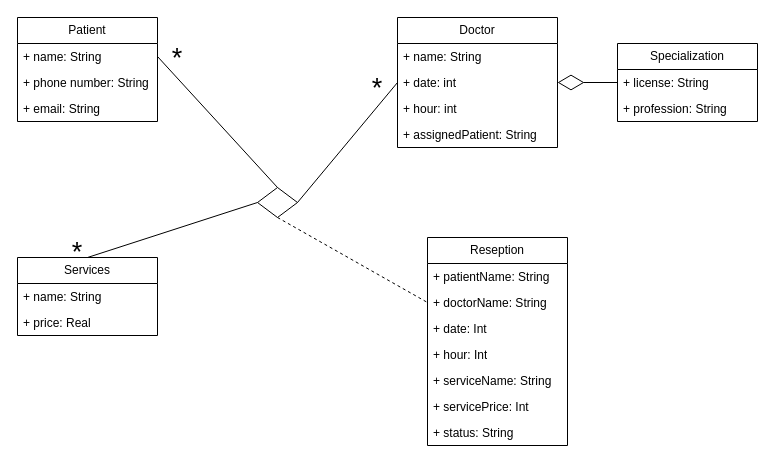
This is page "Страница — 2" (2 of 3) of 1 лаба.drawio from Encorsio23/OOAPGovorovMikhailitsinMuslimov, a draw.io file, before an edit. Source tidied: cells renumbered, new cells numbered last; positions are measured from the earlier drawing's top-left corner, leaving out a move shared by most shapes. Both pictures are drawn from the tidied source at 100%, with x=0, y=0 at pixel (17, 17).
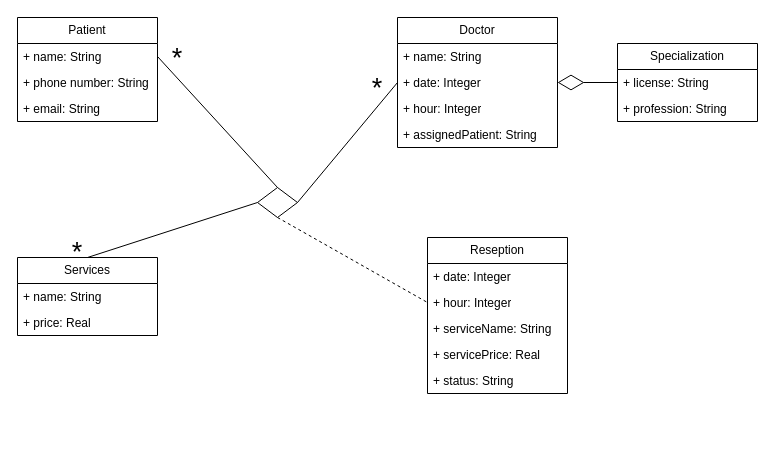
The same diagram, later.

Unchanged cells that the change refers to:
```xml
<mxCell id="14" value="Doctor" style="swimlane;fontStyle=0;horizontal=1;startSize=26;fillColor=none;whiteSpace=wrap;html=1;" parent="1" vertex="1">
  <mxGeometry x="380" width="160" height="130" as="geometry" />
</mxCell>
<mxCell id="27" style="rhombus;whiteSpace=wrap;html=1;" parent="1" vertex="1">
  <mxGeometry x="240" y="170" width="40" height="30" as="geometry" />
</mxCell>
```

The edit, as a diff of the source:
```diff
@@
     <mxCell id="2" value="Reseption" style="swimlane;fontStyle=0;horizontal=1;startSize=26;fillColor=none;whiteSpace=wrap;html=1;" parent="1" vertex="1">
-      <mxGeometry x="410" y="220" width="140" height="208" as="geometry" />
+      <mxGeometry x="410" y="220" width="140" height="156" as="geometry" />
     </mxCell>
-    <mxCell id="3" value="+ patientName: String" style="text;strokeColor=none;fillColor=none;align=left;verticalAlign=top;spacingLeft=4;spacingRight=4;overflow=hidden;whiteSpace=wrap;html=1;" parent="2" vertex="1">
-      <mxGeometry y="26" width="140" height="26" as="geometry" />
-    </mxCell>
-    <mxCell id="4" value="+ doctorName: String" style="text;strokeColor=none;fillColor=none;align=left;verticalAlign=top;spacingLeft=4;spacingRight=4;overflow=hidden;points=[[0,0.5],[1,0.5]];portConstraint=eastwest;whiteSpace=wrap;html=1;" parent="2" vertex="1">
-      <mxGeometry y="52" width="140" height="26" as="geometry" />
-    </mxCell>
-    <mxCell id="5" value="+ date: Int" style="text;strokeColor=none;fillColor=none;align=left;verticalAlign=top;spacingLeft=4;spacingRight=4;overflow=hidden;whiteSpace=wrap;html=1;" parent="2" vertex="1">
-      <mxGeometry y="78" width="140" height="26" as="geometry" />
+    <mxCell id="5" value="+ date: Integer" style="text;strokeColor=none;fillColor=none;align=left;verticalAlign=top;spacingLeft=4;spacingRight=4;overflow=hidden;whiteSpace=wrap;html=1;" parent="2" vertex="1">
+      <mxGeometry y="26" width="140" height="26" as="geometry" />
     </mxCell>
-    <mxCell id="6" value="+ hour: Int" style="text;strokeColor=none;fillColor=none;align=left;verticalAlign=top;spacingLeft=4;spacingRight=4;overflow=hidden;whiteSpace=wrap;html=1;" parent="2" vertex="1">
-      <mxGeometry y="104" width="140" height="26" as="geometry" />
+    <mxCell id="6" value="+ hour: Integer" style="text;strokeColor=none;fillColor=none;align=left;verticalAlign=top;spacingLeft=4;spacingRight=4;overflow=hidden;whiteSpace=wrap;html=1;" parent="2" vertex="1">
+      <mxGeometry y="52" width="140" height="26" as="geometry" />
     </mxCell>
     <mxCell id="7" value="+ serviceName: String" style="text;strokeColor=none;fillColor=none;align=left;verticalAlign=top;spacingLeft=4;spacingRight=4;overflow=hidden;whiteSpace=wrap;html=1;" parent="2" vertex="1">
-      <mxGeometry y="130" width="140" height="26" as="geometry" />
+      <mxGeometry y="78" width="140" height="26" as="geometry" />
     </mxCell>
-    <mxCell id="8" value="+ servicePrice: Int" style="text;strokeColor=none;fillColor=none;align=left;verticalAlign=top;spacingLeft=4;spacingRight=4;overflow=hidden;whiteSpace=wrap;html=1;" parent="2" vertex="1">
-      <mxGeometry y="156" width="140" height="26" as="geometry" />
+    <mxCell id="8" value="+ servicePrice: Real" style="text;strokeColor=none;fillColor=none;align=left;verticalAlign=top;spacingLeft=4;spacingRight=4;overflow=hidden;whiteSpace=wrap;html=1;" parent="2" vertex="1">
+      <mxGeometry y="104" width="140" height="26" as="geometry" />
     </mxCell>
     <mxCell id="9" value="+ status: String" style="text;strokeColor=none;fillColor=none;align=left;verticalAlign=top;spacingLeft=4;spacingRight=4;overflow=hidden;whiteSpace=wrap;html=1;" parent="2" vertex="1">
-      <mxGeometry y="182" width="140" height="26" as="geometry" />
+      <mxGeometry y="130" width="140" height="26" as="geometry" />
     </mxCell>
@@
-    <mxCell id="16" value="+ date: int" style="text;strokeColor=none;fillColor=none;align=left;verticalAlign=top;spacingLeft=4;spacingRight=4;overflow=hidden;points=[[0,0.5],[1,0.5]];portConstraint=eastwest;whiteSpace=wrap;html=1;" parent="14" vertex="1">
+    <mxCell id="16" value="+ date: Integer" style="text;strokeColor=none;fillColor=none;align=left;verticalAlign=top;spacingLeft=4;spacingRight=4;overflow=hidden;points=[[0,0.5],[1,0.5]];portConstraint=eastwest;whiteSpace=wrap;html=1;" parent="14" vertex="1">
       <mxGeometry y="52" width="160" height="26" as="geometry" />
     </mxCell>
-    <mxCell id="17" value="+ hour: int" style="text;strokeColor=none;fillColor=none;align=left;verticalAlign=top;spacingLeft=4;spacingRight=4;overflow=hidden;whiteSpace=wrap;html=1;" parent="14" vertex="1">
+    <mxCell id="17" value="+ hour: Integer" style="text;strokeColor=none;fillColor=none;align=left;verticalAlign=top;spacingLeft=4;spacingRight=4;overflow=hidden;whiteSpace=wrap;html=1;" parent="14" vertex="1">
       <mxGeometry y="78" width="160" height="26" as="geometry" />
     </mxCell>
@@
-    <mxCell id="26" style="endArrow=none;dashed=1;html=1;rounded=0;entryX=0;entryY=0.5;entryDx=0;entryDy=0;exitX=0.5;exitY=1;exitDx=0;exitDy=0;" parent="1" edge="1" source="27" target="4">
-      <mxGeometry relative="1" as="geometry" />
+    <mxCell id="26" style="endArrow=none;dashed=1;html=1;rounded=0;entryX=0;entryY=0.5;entryDx=0;entryDy=0;exitX=0.5;exitY=1;exitDx=0;exitDy=0;" parent="1" edge="1" source="27">
+      <mxGeometry relative="1" as="geometry">
+        <mxPoint x="410" y="285" as="targetPoint" />
+      </mxGeometry>
     </mxCell>
```
